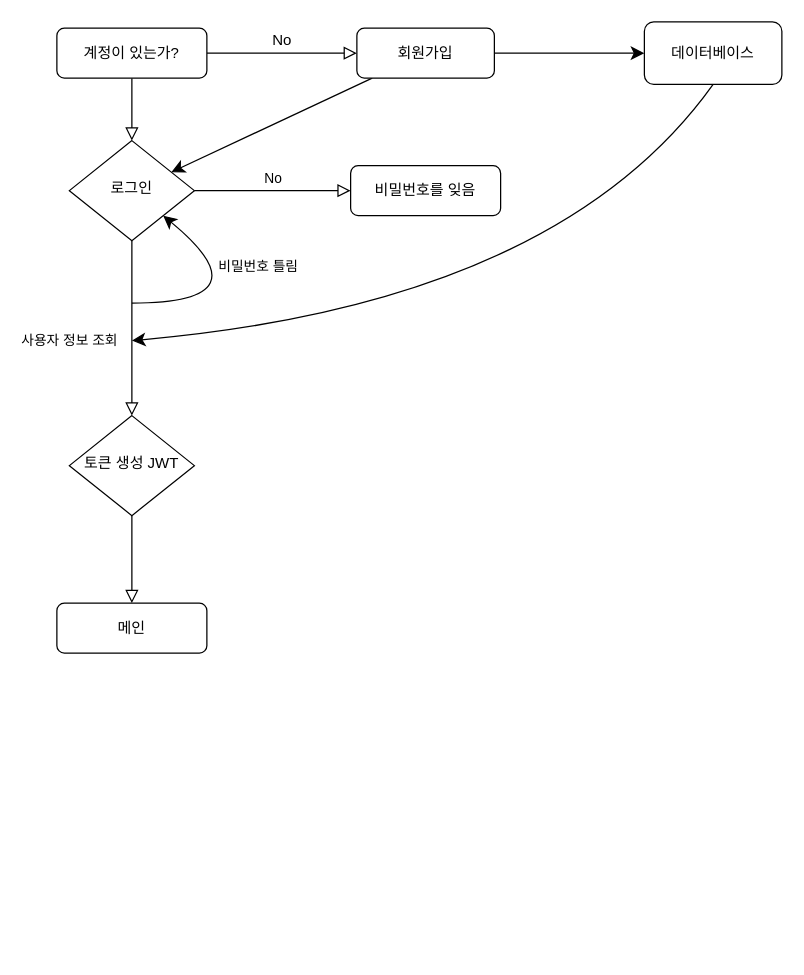
Earlier version of the draw.io diagram 회원가입.drawio (ioi34/HelloWeb). Source tidied: cells renumbered, new cells numbered last; positions are measured from the earlier drawing's top-left corner, leaving out a move shared by most shapes. Both pictures are drawn from the tidied source at 125%, with x=0, y=0 at pixel (56, 21).
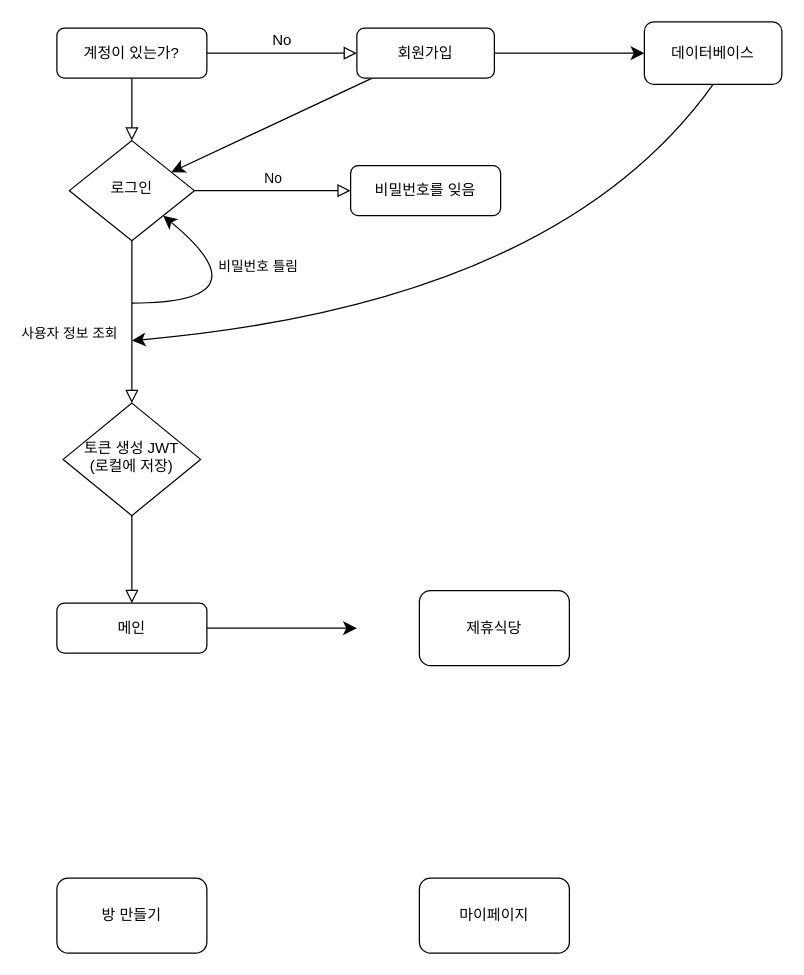
The same page after the edit.

Commit message (it also covers changes not shown here):
회원가입.drawio 업데이트

Unchanged cells that the change refers to:
```xml
<mxCell id="11" value="메인" style="rounded=1;whiteSpace=wrap;html=1;fontSize=12;glass=0;strokeWidth=1;shadow=0;" parent="1" vertex="1">
  <mxGeometry y="465" width="120" height="40" as="geometry" />
</mxCell>
```

Change to the diagram source:
```diff
@@
-    <mxCell id="10" value="토큰 생성 JWT" style="rhombus;whiteSpace=wrap;html=1;shadow=0;fontFamily=Helvetica;fontSize=12;align=center;strokeWidth=1;spacing=6;spacingTop=-4;" parent="1" vertex="1">
-      <mxGeometry x="10" y="315" width="100" height="80" as="geometry" />
+    <mxCell id="10" value="토큰 생성 JWT&lt;div&gt;(로컬에 저장)&lt;/div&gt;" style="rhombus;whiteSpace=wrap;html=1;shadow=0;fontFamily=Helvetica;fontSize=12;align=center;strokeWidth=1;spacing=6;spacingTop=-4;" parent="1" vertex="1">
+      <mxGeometry x="5" y="305" width="110" height="90" as="geometry" />
     </mxCell>
+    <mxCell id="19" style="edgeStyle=none;curved=1;rounded=0;jettySize=auto;html=1;fontSize=12;startSize=8;endSize=8;" parent="1" edge="1" source="11">
+      <mxGeometry relative="1" as="geometry">
+        <mxPoint x="240" y="485" as="targetPoint" />
+      </mxGeometry>
+    </mxCell>
@@
+    <mxCell id="20" value="제휴식당" style="rounded=1;whiteSpace=wrap;html=1;" parent="1" vertex="1">
+      <mxGeometry x="290" y="455" width="120" height="60" as="geometry" />
+    </mxCell>
+    <mxCell id="21" value="방 만들기" style="rounded=1;whiteSpace=wrap;html=1;" parent="1" vertex="1">
+      <mxGeometry y="685" width="120" height="60" as="geometry" />
+    </mxCell>
+    <mxCell id="22" value="마이페이지" style="rounded=1;whiteSpace=wrap;html=1;" parent="1" vertex="1">
+      <mxGeometry x="290" y="685" width="120" height="60" as="geometry" />
+    </mxCell>
```
